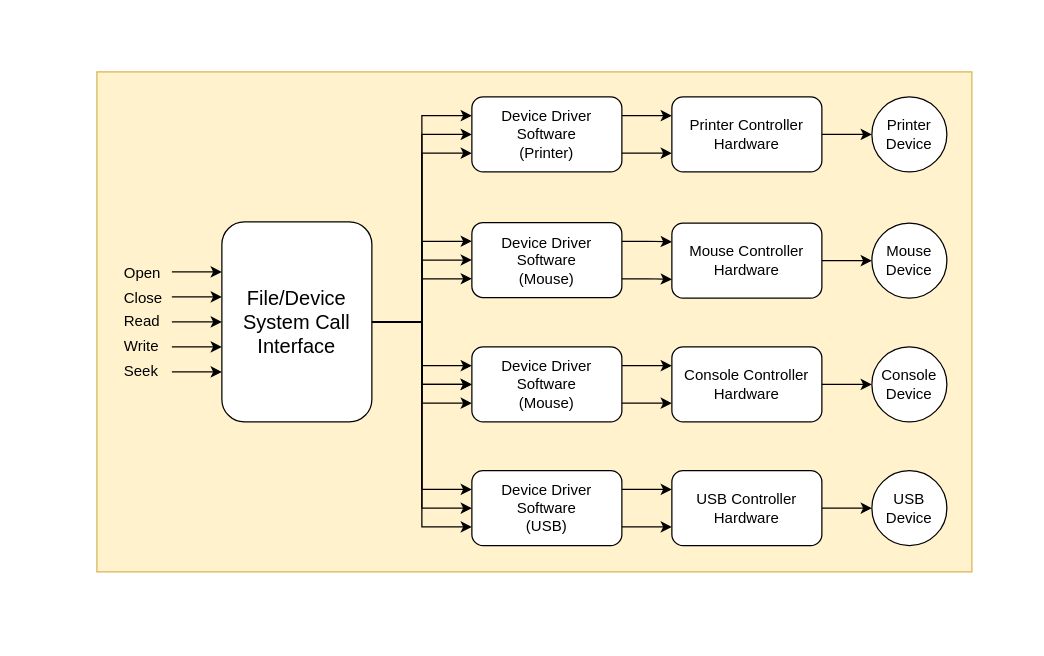
This is img/os-design/draw.io_raw/device_driver.drawio from eXpOSNitc/eXpOSNitc.github.io, a draw.io file, before an edit. Source tidied: cells renumbered, new cells numbered last; positions are measured from the earlier drawing's top-left corner, leaving out a move shared by most shapes. Both pictures are drawn from the tidied source at 125%, with x=0, y=0 at pixel (96, 71).
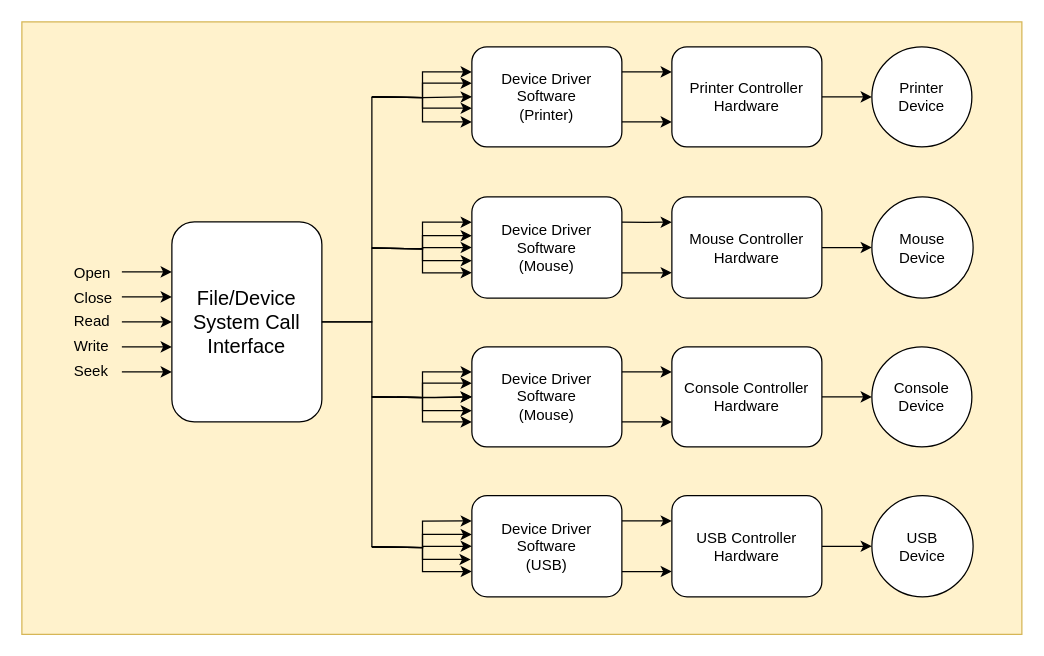
The same diagram, later.

Commit message (it also covers changes not shown here):
Modified device driver

Diff of the diagram source:
```diff
@@
-    <mxCell id="2" style="rounded=0;whiteSpace=wrap;html=1;fillColor=#fff2cc;strokeColor=#d6b656;" parent="1" vertex="1">
-      <mxGeometry width="700" height="400" as="geometry" />
-    </mxCell>
+    <mxCell id="51" style="rounded=0;whiteSpace=wrap;html=1;fillColor=#fff2cc;strokeColor=#d6b656;" parent="1" vertex="1">
+      <mxGeometry x="-60" y="-40" width="800" height="490" as="geometry" />
+    </mxCell>
-    <mxCell id="3" style="edgeStyle=orthogonalEdgeStyle;rounded=0;jettySize=auto;html=1;exitX=1;exitY=0.5;exitDx=0;exitDy=0;entryX=0;entryY=0.5;entryDx=0;entryDy=0;" parent="1" edge="1" source="16" target="29">
-      <mxGeometry relative="1" as="geometry" />
+    <mxCell id="3" style="edgeStyle=orthogonalEdgeStyle;rounded=0;jettySize=auto;html=1;entryX=0;entryY=0.5;entryDx=0;entryDy=0;" parent="1" edge="1" target="29">
+      <mxGeometry relative="1" as="geometry">
+        <mxPoint x="240" y="260" as="sourcePoint" />
+      </mxGeometry>
     </mxCell>
-    <mxCell id="4" style="edgeStyle=orthogonalEdgeStyle;rounded=0;jettySize=auto;html=1;exitX=1;exitY=0.5;exitDx=0;exitDy=0;entryX=0;entryY=0.5;entryDx=0;entryDy=0;" parent="1" edge="1" source="16" target="32">
-      <mxGeometry relative="1" as="geometry" />
+    <mxCell id="4" style="edgeStyle=orthogonalEdgeStyle;rounded=0;jettySize=auto;html=1;entryX=0;entryY=0.5;entryDx=0;entryDy=0;" parent="1" edge="1" target="32">
+      <mxGeometry relative="1" as="geometry">
+        <mxPoint x="220" y="380" as="sourcePoint" />
+      </mxGeometry>
     </mxCell>
-    <mxCell id="5" style="edgeStyle=orthogonalEdgeStyle;rounded=0;jettySize=auto;html=1;exitX=1;exitY=0.5;exitDx=0;exitDy=0;entryX=0;entryY=0.5;entryDx=0;entryDy=0;" parent="1" edge="1" source="16" target="35">
-      <mxGeometry relative="1" as="geometry" />
+    <mxCell id="5" style="edgeStyle=orthogonalEdgeStyle;rounded=0;jettySize=auto;html=1;entryX=0;entryY=0.5;entryDx=0;entryDy=0;" parent="1" edge="1" target="35">
+      <mxGeometry relative="1" as="geometry">
+        <mxPoint x="220" y="141" as="sourcePoint" />
+      </mxGeometry>
     </mxCell>
-    <mxCell id="6" style="edgeStyle=orthogonalEdgeStyle;rounded=0;jettySize=auto;html=1;exitX=1;exitY=0.5;exitDx=0;exitDy=0;entryX=0;entryY=0.25;entryDx=0;entryDy=0;" parent="1" edge="1" source="16" target="38">
-      <mxGeometry relative="1" as="geometry" />
+    <mxCell id="6" style="edgeStyle=orthogonalEdgeStyle;rounded=0;jettySize=auto;html=1;entryX=0;entryY=0.25;entryDx=0;entryDy=0;" parent="1" edge="1" target="38">
+      <mxGeometry relative="1" as="geometry">
+        <mxPoint x="220" y="20" as="sourcePoint" />
+      </mxGeometry>
     </mxCell>
-    <mxCell id="7" style="edgeStyle=orthogonalEdgeStyle;rounded=0;jettySize=auto;html=1;exitX=1;exitY=0.5;exitDx=0;exitDy=0;entryX=0;entryY=0.5;entryDx=0;entryDy=0;" parent="1" edge="1" source="16" target="38">
-      <mxGeometry relative="1" as="geometry" />
+    <mxCell id="7" style="edgeStyle=orthogonalEdgeStyle;rounded=0;jettySize=auto;html=1;entryX=0;entryY=0.5;entryDx=0;entryDy=0;" parent="1" edge="1" target="38">
+      <mxGeometry relative="1" as="geometry">
+        <mxPoint x="220" y="20" as="sourcePoint" />
+      </mxGeometry>
     </mxCell>
-    <mxCell id="8" style="edgeStyle=orthogonalEdgeStyle;rounded=0;jettySize=auto;html=1;exitX=1;exitY=0.5;exitDx=0;exitDy=0;entryX=0;entryY=0.75;entryDx=0;entryDy=0;" parent="1" edge="1" source="16" target="38">
-      <mxGeometry relative="1" as="geometry" />
+    <mxCell id="8" style="edgeStyle=orthogonalEdgeStyle;rounded=0;jettySize=auto;html=1;entryX=0;entryY=0.75;entryDx=0;entryDy=0;" parent="1" edge="1" target="38">
+      <mxGeometry relative="1" as="geometry">
+        <mxPoint x="220" y="20" as="sourcePoint" />
+      </mxGeometry>
     </mxCell>
-    <mxCell id="9" style="edgeStyle=orthogonalEdgeStyle;rounded=0;jettySize=auto;html=1;exitX=1;exitY=0.5;exitDx=0;exitDy=0;entryX=0;entryY=0.25;entryDx=0;entryDy=0;" parent="1" edge="1" source="16" target="35">
-      <mxGeometry relative="1" as="geometry" />
+    <mxCell id="9" style="edgeStyle=orthogonalEdgeStyle;rounded=0;jettySize=auto;html=1;entryX=0;entryY=0.25;entryDx=0;entryDy=0;" parent="1" edge="1" target="35">
+      <mxGeometry relative="1" as="geometry">
+        <mxPoint x="220" y="141" as="sourcePoint" />
+      </mxGeometry>
     </mxCell>
-    <mxCell id="10" style="edgeStyle=orthogonalEdgeStyle;rounded=0;jettySize=auto;html=1;exitX=1;exitY=0.5;exitDx=0;exitDy=0;entryX=0;entryY=0.75;entryDx=0;entryDy=0;" parent="1" edge="1" source="16" target="35">
-      <mxGeometry relative="1" as="geometry" />
+    <mxCell id="10" style="edgeStyle=orthogonalEdgeStyle;rounded=0;jettySize=auto;html=1;entryX=0;entryY=0.75;entryDx=0;entryDy=0;" parent="1" edge="1" target="35">
+      <mxGeometry relative="1" as="geometry">
+        <mxPoint x="220" y="141" as="sourcePoint" />
+      </mxGeometry>
     </mxCell>
-    <mxCell id="11" style="edgeStyle=orthogonalEdgeStyle;rounded=0;jettySize=auto;html=1;exitX=1;exitY=0.5;exitDx=0;exitDy=0;" parent="1" edge="1" source="16" target="29">
-      <mxGeometry relative="1" as="geometry" />
+    <mxCell id="11" style="edgeStyle=orthogonalEdgeStyle;rounded=0;jettySize=auto;html=1;" parent="1" edge="1" target="29">
+      <mxGeometry relative="1" as="geometry">
+        <mxPoint x="220" y="260" as="sourcePoint" />
+      </mxGeometry>
     </mxCell>
-    <mxCell id="12" style="edgeStyle=orthogonalEdgeStyle;rounded=0;jettySize=auto;html=1;exitX=1;exitY=0.5;exitDx=0;exitDy=0;entryX=0;entryY=0.25;entryDx=0;entryDy=0;" parent="1" edge="1" source="16" target="29">
-      <mxGeometry relative="1" as="geometry" />
+    <mxCell id="12" style="edgeStyle=orthogonalEdgeStyle;rounded=0;jettySize=auto;html=1;entryX=0;entryY=0.25;entryDx=0;entryDy=0;" parent="1" edge="1" target="29">
+      <mxGeometry relative="1" as="geometry">
+        <mxPoint x="220" y="260" as="sourcePoint" />
+      </mxGeometry>
     </mxCell>
-    <mxCell id="13" style="edgeStyle=orthogonalEdgeStyle;rounded=0;jettySize=auto;html=1;exitX=1;exitY=0.5;exitDx=0;exitDy=0;entryX=0;entryY=0.75;entryDx=0;entryDy=0;" parent="1" edge="1" source="16" target="29">
-      <mxGeometry relative="1" as="geometry" />
+    <mxCell id="13" style="edgeStyle=orthogonalEdgeStyle;rounded=0;jettySize=auto;html=1;entryX=0;entryY=0.75;entryDx=0;entryDy=0;" parent="1" edge="1" target="29">
+      <mxGeometry relative="1" as="geometry">
+        <mxPoint x="220" y="260" as="sourcePoint" />
+      </mxGeometry>
     </mxCell>
-    <mxCell id="14" style="edgeStyle=orthogonalEdgeStyle;rounded=0;jettySize=auto;html=1;exitX=1;exitY=0.5;exitDx=0;exitDy=0;entryX=0;entryY=0.25;entryDx=0;entryDy=0;" parent="1" edge="1" source="16" target="32">
-      <mxGeometry relative="1" as="geometry" />
+    <mxCell id="14" style="edgeStyle=orthogonalEdgeStyle;rounded=0;jettySize=auto;html=1;entryX=0;entryY=0.25;entryDx=0;entryDy=0;" parent="1" edge="1" target="32">
+      <mxGeometry relative="1" as="geometry">
+        <mxPoint x="220" y="380" as="sourcePoint" />
+      </mxGeometry>
     </mxCell>
-    <mxCell id="15" style="edgeStyle=orthogonalEdgeStyle;rounded=0;jettySize=auto;html=1;exitX=1;exitY=0.5;exitDx=0;exitDy=0;entryX=0;entryY=0.75;entryDx=0;entryDy=0;" parent="1" edge="1" source="16" target="32">
-      <mxGeometry relative="1" as="geometry" />
+    <mxCell id="15" style="edgeStyle=orthogonalEdgeStyle;rounded=0;jettySize=auto;html=1;entryX=0;entryY=0.75;entryDx=0;entryDy=0;" parent="1" edge="1" target="32">
+      <mxGeometry relative="1" as="geometry">
+        <mxPoint x="220" y="380" as="sourcePoint" />
+      </mxGeometry>
     </mxCell>
+    <mxCell id="52" style="edgeStyle=orthogonalEdgeStyle;rounded=0;jettySize=auto;html=1;entryX=0;entryY=0.363;entryDx=0;entryDy=0;entryPerimeter=0;" parent="1" edge="1" target="38">
+      <mxGeometry relative="1" as="geometry">
+        <mxPoint x="220" y="20" as="sourcePoint" />
+      </mxGeometry>
+    </mxCell>
+    <mxCell id="53" style="edgeStyle=orthogonalEdgeStyle;rounded=0;jettySize=auto;html=1;entryX=0;entryY=0.613;entryDx=0;entryDy=0;entryPerimeter=0;" parent="1" edge="1" target="38">
+      <mxGeometry relative="1" as="geometry">
+        <mxPoint x="220" y="20" as="sourcePoint" />
+      </mxGeometry>
+    </mxCell>
+    <mxCell id="54" style="edgeStyle=orthogonalEdgeStyle;rounded=0;jettySize=auto;html=1;entryX=0;entryY=0.383;entryDx=0;entryDy=0;entryPerimeter=0;" parent="1" edge="1" target="35">
+      <mxGeometry relative="1" as="geometry">
+        <mxPoint x="220" y="141" as="sourcePoint" />
+      </mxGeometry>
+    </mxCell>
+    <mxCell id="55" style="edgeStyle=orthogonalEdgeStyle;rounded=0;jettySize=auto;html=1;entryX=0;entryY=0.63;entryDx=0;entryDy=0;entryPerimeter=0;" parent="1" edge="1" target="35">
+      <mxGeometry relative="1" as="geometry">
+        <mxPoint x="220" y="141" as="sourcePoint" />
+      </mxGeometry>
+    </mxCell>
+    <mxCell id="56" style="edgeStyle=orthogonalEdgeStyle;rounded=0;jettySize=auto;html=1;entryX=0;entryY=0.363;entryDx=0;entryDy=0;entryPerimeter=0;" parent="1" edge="1" target="29">
+      <mxGeometry relative="1" as="geometry">
+        <mxPoint x="220" y="260" as="sourcePoint" />
+      </mxGeometry>
+    </mxCell>
+    <mxCell id="57" style="edgeStyle=orthogonalEdgeStyle;rounded=0;jettySize=auto;html=1;entryX=0;entryY=0.638;entryDx=0;entryDy=0;entryPerimeter=0;" parent="1" edge="1" target="29">
+      <mxGeometry relative="1" as="geometry">
+        <mxPoint x="220" y="260" as="sourcePoint" />
+      </mxGeometry>
+    </mxCell>
+    <mxCell id="58" style="edgeStyle=orthogonalEdgeStyle;rounded=0;jettySize=auto;html=1;entryX=0;entryY=0.383;entryDx=0;entryDy=0;entryPerimeter=0;" parent="1" edge="1" target="32">
+      <mxGeometry relative="1" as="geometry">
+        <mxPoint x="220" y="380" as="sourcePoint" />
+      </mxGeometry>
+    </mxCell>
+    <mxCell id="59" style="edgeStyle=orthogonalEdgeStyle;rounded=0;jettySize=auto;html=1;entryX=-0.008;entryY=0.63;entryDx=0;entryDy=0;entryPerimeter=0;" parent="1" edge="1" target="32">
+      <mxGeometry relative="1" as="geometry">
+        <mxPoint x="220" y="380" as="sourcePoint" />
+      </mxGeometry>
+    </mxCell>
     <mxCell id="16" value="&lt;font style=&quot;font-size: 16px&quot;&gt;File/Device&lt;br&gt;System Call&lt;br&gt;Interface&lt;/font&gt;" style="rounded=1;whiteSpace=wrap;html=1;" parent="1" vertex="1">
-      <mxGeometry x="100" y="120" width="120" height="160" as="geometry" />
+      <mxGeometry x="60" y="120" width="120" height="160" as="geometry" />
     </mxCell>
     <mxCell id="17" style="endArrow=classic;html=1;entryX=0;entryY=0.25;entryDx=0;entryDy=0;" parent="1" edge="1" target="16">
       <mxGeometry relative="1" as="geometry">
-        <mxPoint x="60" y="160" as="sourcePoint" />
+        <mxPoint x="20" y="160" as="sourcePoint" />
         <Array as="points">
-          <mxPoint x="90" y="160" />
+          <mxPoint x="50" y="160" />
         </Array>
       </mxGeometry>
     </mxCell>
     <mxCell id="18" style="endArrow=classic;html=1;entryX=0;entryY=0.75;entryDx=0;entryDy=0;" parent="1" edge="1" target="16">
       <mxGeometry relative="1" as="geometry">
-        <mxPoint x="60" y="240" as="sourcePoint" />
+        <mxPoint x="20" y="240" as="sourcePoint" />
       </mxGeometry>
     </mxCell>
     <mxCell id="19" style="endArrow=classic;html=1;entryX=0;entryY=0.5;entryDx=0;entryDy=0;" parent="1" edge="1" target="16">
       <mxGeometry relative="1" as="geometry">
-        <mxPoint x="60" y="200" as="sourcePoint" />
+        <mxPoint x="20" y="200" as="sourcePoint" />
       </mxGeometry>
     </mxCell>
     <mxCell id="20" style="endArrow=classic;html=1;" parent="1" edge="1">
       <mxGeometry relative="1" as="geometry">
-        <mxPoint x="60" y="220" as="sourcePoint" />
-        <mxPoint x="100" y="220" as="targetPoint" />
+        <mxPoint x="20" y="220" as="sourcePoint" />
+        <mxPoint x="60" y="220" as="targetPoint" />
       </mxGeometry>
     </mxCell>
     <mxCell id="21" style="endArrow=classic;html=1;" parent="1" edge="1">
       <mxGeometry relative="1" as="geometry">
-        <mxPoint x="60" y="180" as="sourcePoint" />
-        <mxPoint x="100" y="180" as="targetPoint" />
+        <mxPoint x="20" y="180" as="sourcePoint" />
+        <mxPoint x="60" y="180" as="targetPoint" />
       </mxGeometry>
     </mxCell>
     <mxCell id="22" value="Close" style="text;html=1;align=left;verticalAlign=top;spacingTop=-4;" parent="1" vertex="1">
-      <mxGeometry x="20" y="171" width="50" height="20" as="geometry" />
+      <mxGeometry x="-20" y="171" width="50" height="20" as="geometry" />
     </mxCell>
     <mxCell id="23" value="Read" style="text;html=1;align=left;verticalAlign=top;spacingTop=-4;" parent="1" vertex="1">
-      <mxGeometry x="20" y="190" width="40" height="20" as="geometry" />
+      <mxGeometry x="-20" y="190" width="40" height="20" as="geometry" />
     </mxCell>
     <mxCell id="24" value="Write" style="text;html=1;align=left;verticalAlign=top;spacingTop=-4;" parent="1" vertex="1">
-      <mxGeometry x="20" y="210" width="40" height="20" as="geometry" />
+      <mxGeometry x="-20" y="210" width="40" height="20" as="geometry" />
     </mxCell>
     <mxCell id="25" value="Seek" style="text;html=1;align=left;verticalAlign=top;spacingTop=-4;" parent="1" vertex="1">
-      <mxGeometry x="20" y="230" width="40" height="20" as="geometry" />
+      <mxGeometry x="-20" y="230" width="40" height="20" as="geometry" />
     </mxCell>
     <mxCell id="26" value="Open" style="text;html=1;align=left;verticalAlign=top;spacingTop=-4;" parent="1" vertex="1">
-      <mxGeometry x="20" y="151" width="40" height="20" as="geometry" />
+      <mxGeometry x="-20" y="151" width="40" height="20" as="geometry" />
     </mxCell>
@@
     <mxCell id="29" value="Device Driver&lt;br&gt;Software&lt;br&gt;(Mouse)&lt;br&gt;" style="rounded=1;whiteSpace=wrap;html=1;" parent="1" vertex="1">
-      <mxGeometry x="300" y="220" width="120" height="60" as="geometry" />
+      <mxGeometry x="300" y="220" width="120" height="80" as="geometry" />
     </mxCell>
@@
     <mxCell id="32" value="Device Driver&lt;br&gt;Software&lt;br&gt;(USB)&lt;br&gt;" style="rounded=1;whiteSpace=wrap;html=1;" parent="1" vertex="1">
-      <mxGeometry x="300" y="319" width="120" height="60" as="geometry" />
+      <mxGeometry x="300" y="339" width="120" height="81" as="geometry" />
     </mxCell>
@@
     <mxCell id="35" value="Device Driver&lt;br&gt;Software&lt;br&gt;(Mouse)&lt;br&gt;" style="rounded=1;whiteSpace=wrap;html=1;" parent="1" vertex="1">
-      <mxGeometry x="300" y="120.5" width="120" height="60" as="geometry" />
+      <mxGeometry x="300" y="100" width="120" height="81" as="geometry" />
     </mxCell>
@@
     <mxCell id="38" value="Device Driver&lt;br&gt;Software&lt;br&gt;(Printer)&lt;br&gt;" style="rounded=1;whiteSpace=wrap;html=1;" parent="1" vertex="1">
-      <mxGeometry x="300" y="20" width="120" height="60" as="geometry" />
+      <mxGeometry x="300" y="-20" width="120" height="80" as="geometry" />
     </mxCell>
@@
     <mxCell id="40" value="Printer Controller&lt;br&gt;Hardware&lt;br&gt;" style="rounded=1;whiteSpace=wrap;html=1;" parent="1" vertex="1">
-      <mxGeometry x="460" y="20" width="120" height="60" as="geometry" />
+      <mxGeometry x="460" y="-20" width="120" height="80" as="geometry" />
     </mxCell>
@@
     <mxCell id="42" value="Mouse Controller&lt;br&gt;Hardware&lt;br&gt;" style="rounded=1;whiteSpace=wrap;html=1;" parent="1" vertex="1">
-      <mxGeometry x="460" y="121" width="120" height="60" as="geometry" />
+      <mxGeometry x="460" y="100" width="120" height="81" as="geometry" />
     </mxCell>
@@
     <mxCell id="44" value="Console Controller&lt;br&gt;Hardware&lt;br&gt;" style="rounded=1;whiteSpace=wrap;html=1;" parent="1" vertex="1">
-      <mxGeometry x="460" y="220" width="120" height="60" as="geometry" />
+      <mxGeometry x="460" y="220" width="120" height="80" as="geometry" />
     </mxCell>
@@
     <mxCell id="46" value="USB Controller&lt;br&gt;Hardware&lt;br&gt;" style="rounded=1;whiteSpace=wrap;html=1;" parent="1" vertex="1">
-      <mxGeometry x="460" y="319" width="120" height="60" as="geometry" />
+      <mxGeometry x="460" y="339" width="120" height="81" as="geometry" />
     </mxCell>
     <mxCell id="47" value="Printer&lt;br&gt;Device&lt;br&gt;" style="ellipse;whiteSpace=wrap;html=1;" parent="1" vertex="1">
-      <mxGeometry x="620" y="20" width="60" height="60" as="geometry" />
+      <mxGeometry x="620" y="-20" width="80" height="80" as="geometry" />
     </mxCell>
     <mxCell id="48" value="Mouse&lt;br&gt;Device&lt;br&gt;" style="ellipse;whiteSpace=wrap;html=1;" parent="1" vertex="1">
-      <mxGeometry x="620" y="121" width="60" height="60" as="geometry" />
+      <mxGeometry x="620" y="100" width="81" height="81" as="geometry" />
     </mxCell>
     <mxCell id="49" value="Console&lt;br&gt;Device&lt;br&gt;" style="ellipse;whiteSpace=wrap;html=1;" parent="1" vertex="1">
-      <mxGeometry x="620" y="220" width="60" height="60" as="geometry" />
+      <mxGeometry x="620" y="220" width="80" height="80" as="geometry" />
     </mxCell>
     <mxCell id="50" value="USB&lt;br&gt;Device&lt;br&gt;" style="ellipse;whiteSpace=wrap;html=1;" parent="1" vertex="1">
-      <mxGeometry x="620" y="319" width="60" height="60" as="geometry" />
+      <mxGeometry x="620" y="339" width="81" height="81" as="geometry" />
     </mxCell>
+    <mxCell id="60" style="endArrow=none;html=1;exitX=1;exitY=0.5;exitDx=0;exitDy=0;rounded=0;" parent="1" edge="1" source="16">
+      <mxGeometry relative="1" as="geometry">
+        <mxPoint x="220" y="380" as="targetPoint" />
+        <Array as="points">
+          <mxPoint x="220" y="200" />
+        </Array>
+      </mxGeometry>
+    </mxCell>
+    <mxCell id="61" style="endArrow=none;html=1;rounded=0;" parent="1" edge="1">
+      <mxGeometry relative="1" as="geometry">
+        <mxPoint x="180" y="200" as="sourcePoint" />
+        <mxPoint x="220" y="20" as="targetPoint" />
+        <Array as="points">
+          <mxPoint x="220" y="200" />
+        </Array>
+      </mxGeometry>
+    </mxCell>
```
